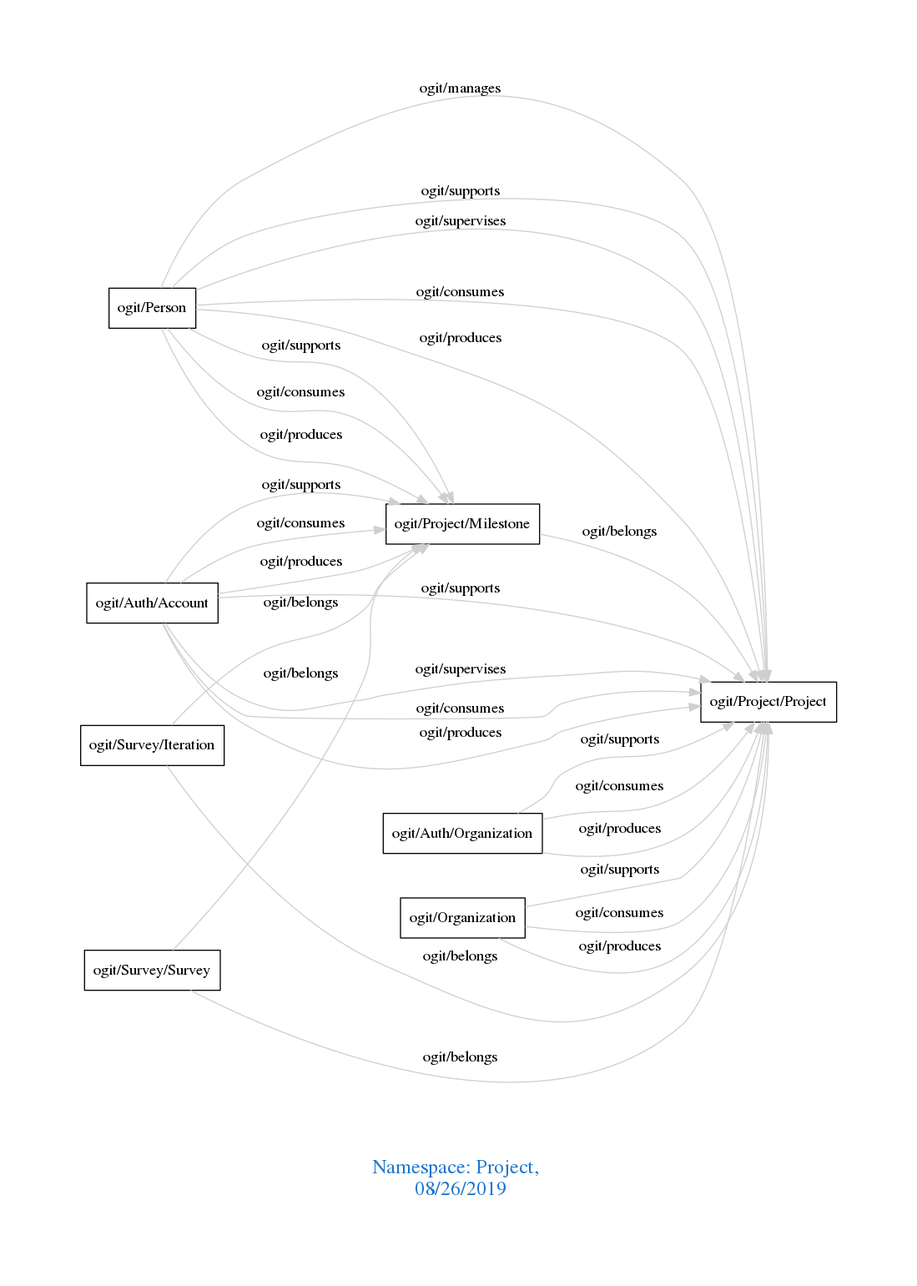
The Graphviz diagram downloads/Project.png in arago/OGIT, before a commit. Its source is kept beside it as downloads/Project.dot.
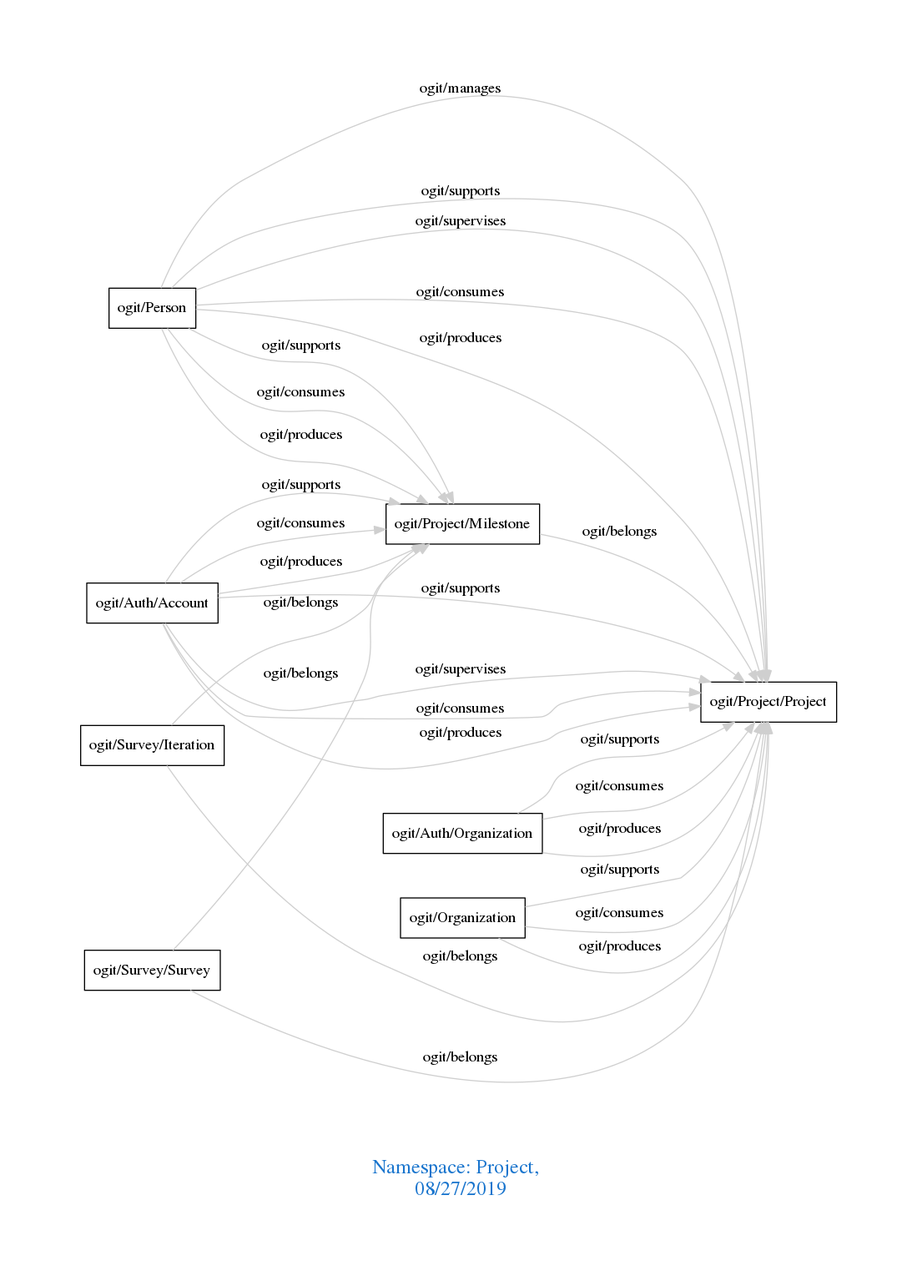
The same diagram one commit later.

Change to the diagram source:
```diff
@@ -1,7 +1,7 @@
 digraph OGIT_ontology {
  graph [ rankdir= LR,pad=1
 fontsize = 18,
-fontcolor= dodgerblue3,label = "\n\n\nNamespace: Project, \n 08/26/2019"];
+fontcolor= dodgerblue3,label = "\n\n\nNamespace: Project, \n 08/27/2019"];
 node[shape=polygon];
 edge [  color="gray81"];
 
```
